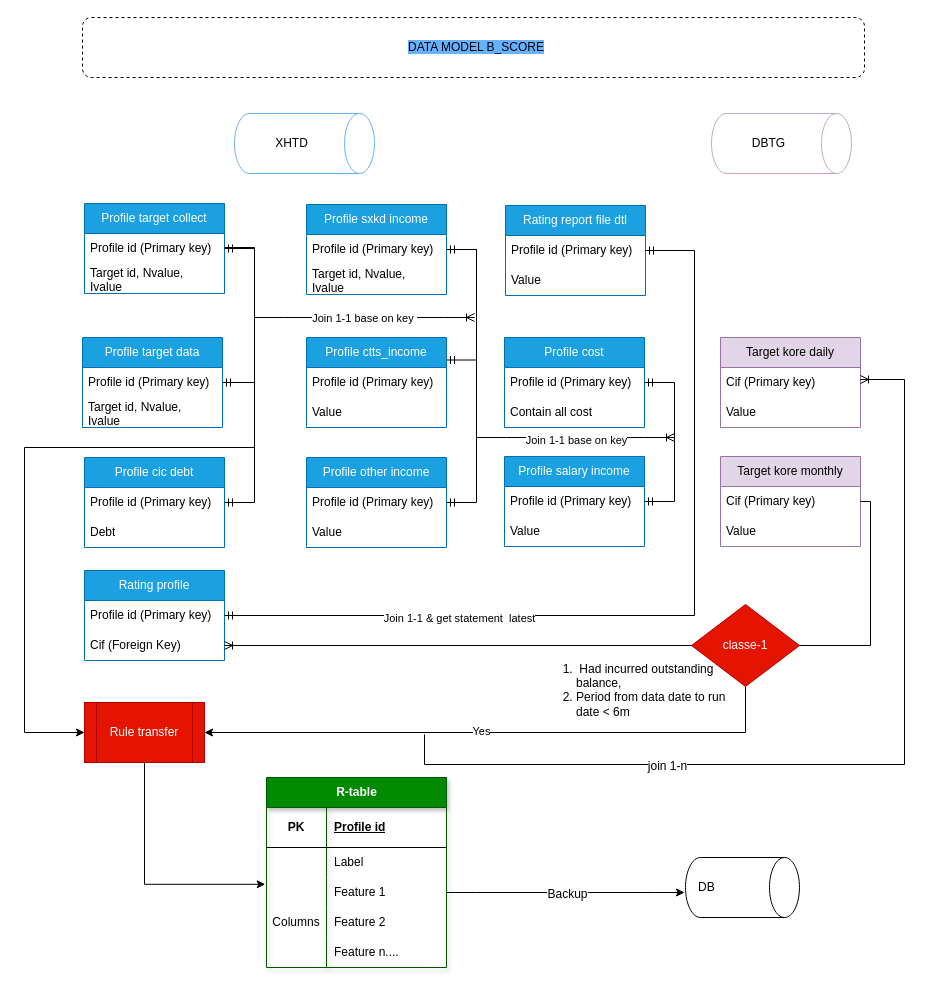
Earlier version of the draw.io diagram Data_model_Bscore.drawio (Midland-tanaka/XHTD). Source tidied: cells renumbered, new cells numbered last; positions are measured from the earlier drawing's top-left corner, leaving out a move shared by most shapes. Both pictures are drawn from the tidied source at 100%, with x=0, y=0 at pixel (24, 17).
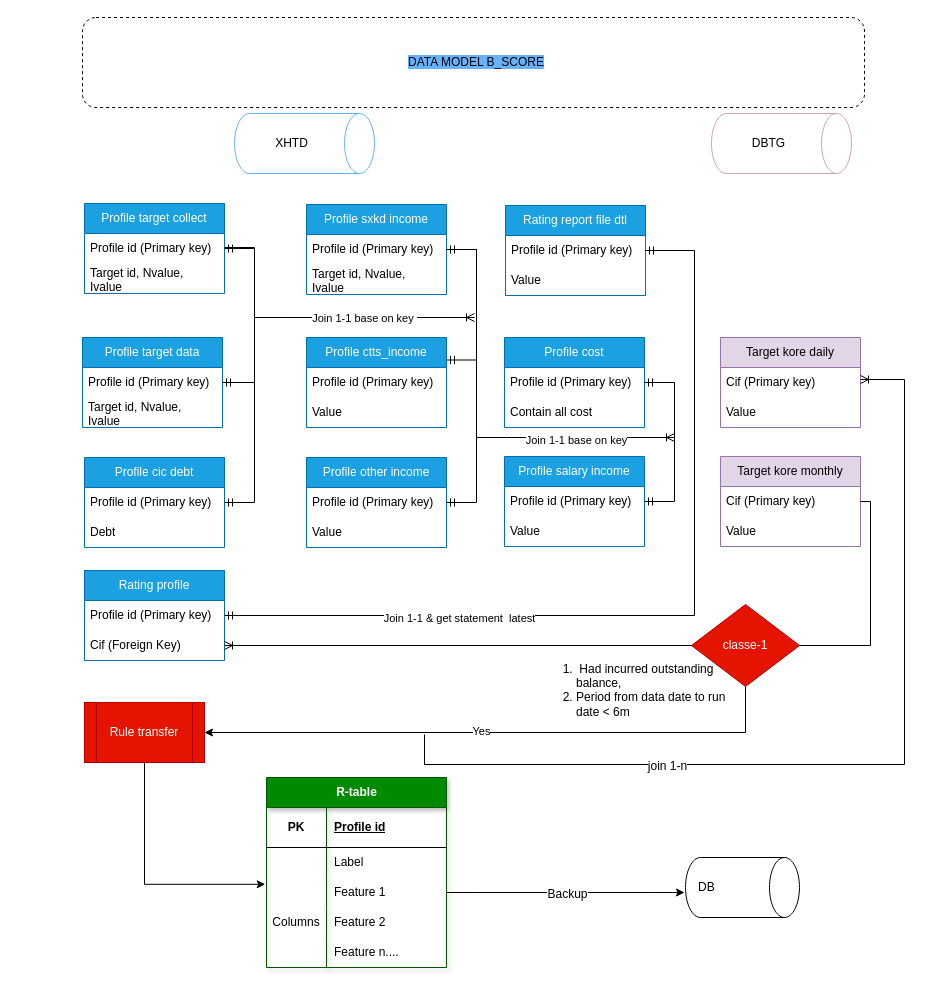
Above is the later version.

Unchanged cells that the change refers to:
```xml
<mxCell id="56" value="Rule transfer" style="shape=process;whiteSpace=wrap;html=1;backgroundOutline=1;fillColor=#e51400;fontColor=#ffffff;strokeColor=#B20000;" parent="1" vertex="1">
  <mxGeometry x="60" y="685" width="120" height="60" as="geometry" />
</mxCell>
```

What changed in the source:
```diff
@@
-    <mxCell id="57" style="endArrow=classic;html=1;rounded=0;edgeStyle=orthogonalEdgeStyle;entryX=0;entryY=0.5;entryDx=0;entryDy=0;" parent="1" edge="1" target="56">
-      <mxGeometry relative="1" as="geometry">
-        <mxPoint x="230" y="300" as="sourcePoint" />
-        <Array as="points">
-          <mxPoint x="230" y="430" />
-          <mxPoint y="430" />
-          <mxPoint y="715" />
-        </Array>
-      </mxGeometry>
-    </mxCell>
@@
     <mxCell id="80" value="&lt;span style=&quot;background-color: rgb(102, 178, 255);&quot;&gt;DATA MODEL B_SCORE&lt;/span&gt;" style="rounded=1;whiteSpace=wrap;html=1;align=center;verticalAlign=middle;spacingLeft=6;fontFamily=Helvetica;fontSize=12;dashed=1;" parent="1" vertex="1">
-      <mxGeometry x="58" width="782" height="60" as="geometry" />
+      <mxGeometry x="58" width="782" height="90" as="geometry" />
     </mxCell>
```
